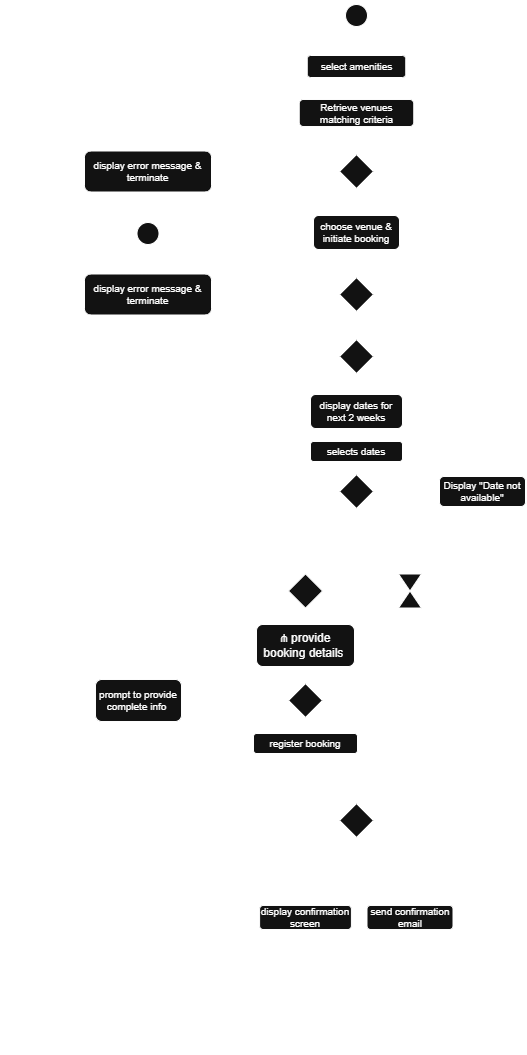
AlessiAsia/DeskHop keeps this draw.io diagram as deliverables/Activity_Diagram.drawio.png. Above is the earlier version. Source tidied: cells renumbered, new cells last; positions are measured from the earlier drawing's top-left corner, leaving out a move shared by most shapes.
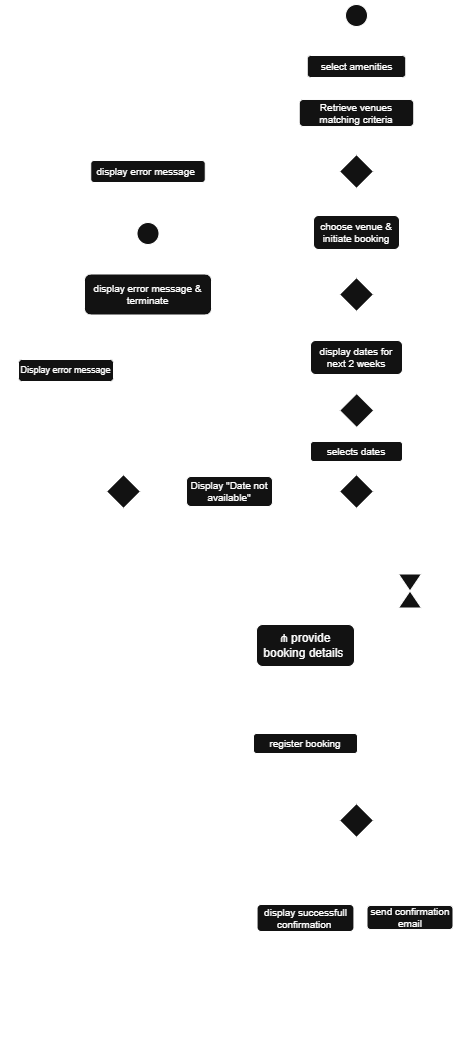
Later version of the same file.

Commit message:
modifiche all'Activity Diagram

Diff of the diagram source:
```diff
@@ -28,8 +28,8 @@
     <mxCell id="9" style="endArrow=classic;html=1;rounded=0;exitX=0.5;exitY=1;exitDx=0;exitDy=0;entryX=0.5;entryY=0;entryDx=0;entryDy=0;" parent="1" edge="1" source="7" target="8">
       <mxGeometry relative="1" as="geometry" />
     </mxCell>
-    <mxCell id="10" value="display error message &amp;amp; terminate" style="rounded=1;whiteSpace=wrap;html=1;roundedPerimeter=1;fontSize=10;" parent="1" vertex="1">
-      <mxGeometry x="77" y="150.5" width="127" height="41" as="geometry" />
+    <mxCell id="10" value="display error message&amp;nbsp;" style="rounded=1;whiteSpace=wrap;html=1;roundedPerimeter=1;fontSize=10;" parent="1" vertex="1">
+      <mxGeometry x="83.2" y="160" width="114.5" height="22" as="geometry" />
     </mxCell>
     <mxCell id="11" style="endArrow=classic;html=1;rounded=0;exitX=0;exitY=0.5;exitDx=0;exitDy=0;" parent="1" edge="1" source="8" target="10">
       <mxGeometry relative="1" as="geometry" />
@@ -51,10 +51,8 @@
         <mxPoint x="349" y="249" as="sourcePoint" />
       </mxGeometry>
     </mxCell>
-    <mxCell id="17" style="endArrow=classic;html=1;rounded=0;exitX=0.5;exitY=1;exitDx=0;exitDy=0;entryX=0.5;entryY=0;entryDx=0;entryDy=0;" parent="1" edge="1" source="15">
-      <mxGeometry relative="1" as="geometry">
-        <mxPoint x="349" y="338" as="targetPoint" />
-      </mxGeometry>
+    <mxCell id="17" style="endArrow=classic;html=1;rounded=0;exitX=0.5;exitY=1;exitDx=0;exitDy=0;entryX=0.5;entryY=0;entryDx=0;entryDy=0;" parent="1" edge="1" source="15" target="28">
+      <mxGeometry relative="1" as="geometry" />
     </mxCell>
     <mxCell id="18" value="display error message &amp;amp; terminate" style="rounded=1;whiteSpace=wrap;html=1;roundedPerimeter=1;fontSize=10;" parent="1" vertex="1">
       <mxGeometry x="77" y="273.5" width="127" height="41" as="geometry" />
@@ -83,21 +81,21 @@
       <mxGeometry x="329" y="188" width="98.5" height="17" as="geometry" />
     </mxCell>
     <mxCell id="26" value="[online booking available]" style="text;html=1;whiteSpace=wrap;strokeColor=none;fillColor=none;align=center;verticalAlign=middle;rounded=0;fontSize=7;" parent="1" vertex="1">
-      <mxGeometry x="335" y="301" width="114.5" height="34" as="geometry" />
+      <mxGeometry x="339.5" y="305" width="103.5" height="27" as="geometry" />
     </mxCell>
     <mxCell id="27" style="rhombus;whiteSpace=wrap;html=1;shapeInside=1;" parent="1" vertex="1">
-      <mxGeometry x="332" y="339" width="34" height="34" as="geometry" />
+      <mxGeometry x="332.2" y="393" width="34" height="34" as="geometry" />
     </mxCell>
     <mxCell id="28" value="display dates for next 2 weeks" style="rounded=1;whiteSpace=wrap;html=1;roundedPerimeter=1;fontSize=10;" parent="1" vertex="1">
-      <mxGeometry x="303" y="394" width="92" height="34" as="geometry" />
+      <mxGeometry x="303" y="340" width="92" height="34" as="geometry" />
     </mxCell>
-    <mxCell id="29" style="endArrow=classic;html=1;rounded=0;exitX=0.5;exitY=1;exitDx=0;exitDy=0;entryX=0.5;entryY=0;entryDx=0;entryDy=0;" parent="1" edge="1" source="27" target="28">
+    <mxCell id="29" style="endArrow=classic;html=1;rounded=0;exitX=0.5;exitY=1;exitDx=0;exitDy=0;entryX=0.5;entryY=0;entryDx=0;entryDy=0;" parent="1" edge="1" source="27" target="30">
       <mxGeometry relative="1" as="geometry" />
     </mxCell>
     <mxCell id="30" value="selects dates" style="rounded=1;whiteSpace=wrap;html=1;roundedPerimeter=1;fontSize=10;" parent="1" vertex="1">
       <mxGeometry x="303" y="441" width="92" height="20" as="geometry" />
     </mxCell>
-    <mxCell id="31" style="endArrow=classic;html=1;rounded=0;exitX=0.5;exitY=1;exitDx=0;exitDy=0;" parent="1" edge="1" source="28" target="30">
+    <mxCell id="31" style="endArrow=classic;html=1;rounded=0;exitX=0.5;exitY=1;exitDx=0;exitDy=0;entryX=0.5;entryY=0;entryDx=0;entryDy=0;" parent="1" edge="1" source="28" target="27">
       <mxGeometry relative="1" as="geometry" />
     </mxCell>
     <mxCell id="32" style="rhombus;whiteSpace=wrap;html=1;shapeInside=1;" parent="1" vertex="1">
@@ -107,20 +105,10 @@
       <mxGeometry relative="1" as="geometry" />
     </mxCell>
     <mxCell id="34" value="Display &quot;Date not available&quot;" style="rounded=1;whiteSpace=wrap;html=1;roundedPerimeter=1;fontSize=10;" parent="1" vertex="1">
-      <mxGeometry x="432" y="476" width="86" height="30" as="geometry" />
+      <mxGeometry x="179" y="476" width="86" height="30" as="geometry" />
     </mxCell>
-    <mxCell id="35" style="endArrow=classic;html=1;rounded=0;exitX=0.5;exitY=0;exitDx=0;exitDy=0;entryX=1;entryY=0.5;entryDx=0;entryDy=0;" parent="1" edge="1" source="34" target="27">
-      <mxGeometry x="-0.34" relative="1" as="geometry">
-        <Array as="points">
-          <mxPoint x="476.3" y="356" />
-        </Array>
-      </mxGeometry>
-    </mxCell>
-    <mxCell id="36" style="endArrow=classic;html=1;rounded=0;exitX=1;exitY=0.5;exitDx=0;exitDy=0;entryX=0;entryY=0.5;entryDx=0;entryDy=0;" parent="1" edge="1" source="32" target="34">
-      <mxGeometry relative="1" as="geometry" />
-    </mxCell>
     <mxCell id="37" value="[date not available]" style="text;html=1;whiteSpace=wrap;strokeColor=none;fillColor=none;align=center;verticalAlign=middle;rounded=0;fontSize=6;" parent="1" vertex="1">
-      <mxGeometry x="350" y="469" width="86" height="27" as="geometry" />
+      <mxGeometry x="273" y="476" width="64" height="13" as="geometry" />
     </mxCell>
     <mxCell id="38" style="endArrow=classic;html=1;rounded=0;exitX=0.5;exitY=1;exitDx=0;exitDy=0;" parent="1" edge="1" source="32">
       <mxGeometry relative="1" as="geometry">
@@ -141,60 +129,23 @@
     <mxCell id="42" value="20 minutes" style="text;html=1;whiteSpace=wrap;strokeColor=none;fillColor=none;align=center;verticalAlign=middle;rounded=0;fontSize=6;" parent="1" vertex="1">
       <mxGeometry x="406" y="586.8" width="37" height="7.5" as="geometry" />
     </mxCell>
-    <mxCell id="43" style="rhombus;whiteSpace=wrap;html=1;shapeInside=1;" parent="1" vertex="1">
-      <mxGeometry x="281" y="573.5" width="34" height="34" as="geometry" />
-    </mxCell>
-    <mxCell id="44" style="endArrow=classic;html=1;rounded=0;entryX=0.5;entryY=0;entryDx=0;entryDy=0;exitX=0.6;exitY=0.946;exitDx=0;exitDy=0;exitPerimeter=0;" parent="1" edge="1" source="78" target="43">
+    <mxCell id="44" style="endArrow=classic;html=1;rounded=0;entryX=0.5;entryY=0;entryDx=0;entryDy=0;exitX=0.6;exitY=0.946;exitDx=0;exitDy=0;exitPerimeter=0;" parent="1" edge="1" source="78" target="77">
       <mxGeometry relative="1" as="geometry" />
     </mxCell>
-    <mxCell id="45" style="endArrow=classic;html=1;rounded=0;exitX=0.5;exitY=1;exitDx=0;exitDy=0;entryX=0.5;entryY=0;entryDx=0;entryDy=0;" parent="1" edge="1" source="43" target="77">
-      <mxGeometry relative="1" as="geometry" />
-    </mxCell>
-    <mxCell id="46" style="rhombus;whiteSpace=wrap;html=1;shapeInside=1;" parent="1" vertex="1">
-      <mxGeometry x="281" y="683" width="34" height="34" as="geometry" />
-    </mxCell>
-    <mxCell id="47" style="endArrow=classic;html=1;rounded=0;exitX=0.5;exitY=1;exitDx=0;exitDy=0;entryX=0.5;entryY=0;entryDx=0;entryDy=0;" parent="1" edge="1" source="77" target="46">
+    <mxCell id="47" style="endArrow=classic;html=1;rounded=0;exitX=0.5;exitY=1;exitDx=0;exitDy=0;entryX=0.5;entryY=0;entryDx=0;entryDy=0;" parent="1" edge="1" source="77" target="48">
       <mxGeometry relative="1" as="geometry" />
     </mxCell>
     <mxCell id="48" value="register booking" style="rounded=1;whiteSpace=wrap;html=1;roundedPerimeter=1;fontSize=10;" parent="1" vertex="1">
       <mxGeometry x="246" y="733" width="104" height="20" as="geometry" />
     </mxCell>
-    <mxCell id="49" style="endArrow=classic;html=1;rounded=0;exitX=0.5;exitY=1;exitDx=0;exitDy=0;entryX=0.5;entryY=0;entryDx=0;entryDy=0;" parent="1" edge="1" source="46" target="48">
-      <mxGeometry relative="1" as="geometry" />
-    </mxCell>
-    <mxCell id="50" value="[info complete]" style="text;html=1;whiteSpace=wrap;strokeColor=none;fillColor=none;align=center;verticalAlign=middle;rounded=0;fontSize=8;" parent="1" vertex="1">
-      <mxGeometry x="299.5" y="703" width="60" height="30" as="geometry" />
-    </mxCell>
-    <mxCell id="51" value="[info not complete]" style="text;html=1;whiteSpace=wrap;strokeColor=none;fillColor=none;align=center;verticalAlign=middle;rounded=0;fontSize=8;" parent="1" vertex="1">
-      <mxGeometry x="207" y="670" width="71" height="30" as="geometry" />
-    </mxCell>
-    <mxCell id="52" style="endArrow=classic;html=1;rounded=0;exitX=0;exitY=0.5;exitDx=0;exitDy=0;entryX=1;entryY=0.5;entryDx=0;entryDy=0;" parent="1" edge="1" source="46" target="53">
-      <mxGeometry relative="1" as="geometry" />
-    </mxCell>
-    <mxCell id="53" value="prompt to provide complete info&amp;nbsp;" style="rounded=1;whiteSpace=wrap;html=1;roundedPerimeter=1;fontSize=10;" parent="1" vertex="1">
-      <mxGeometry x="88" y="679" width="86" height="42" as="geometry" />
-    </mxCell>
-    <mxCell id="54" style="endArrow=classic;html=1;rounded=0;entryX=0;entryY=0.5;entryDx=0;entryDy=0;exitX=0.5;exitY=0;exitDx=0;exitDy=0;" parent="1" edge="1" source="53" target="43">
-      <mxGeometry relative="1" as="geometry">
-        <Array as="points">
-          <mxPoint x="131" y="590.5" />
-        </Array>
-      </mxGeometry>
-    </mxCell>
-    <mxCell id="55" value="Merge Node" style="text;html=1;whiteSpace=wrap;strokeColor=none;fillColor=none;align=center;verticalAlign=middle;rounded=0;fontSize=7;" parent="1" vertex="1">
-      <mxGeometry x="295" y="567.2" width="71" height="27" as="geometry" />
-    </mxCell>
     <mxCell id="56" value="Timer" style="text;html=1;whiteSpace=wrap;strokeColor=none;fillColor=none;align=center;verticalAlign=middle;rounded=0;fontSize=7;" parent="1" vertex="1">
       <mxGeometry x="389" y="552" width="71" height="27" as="geometry" />
     </mxCell>
-    <mxCell id="57" value="Decision Node" style="text;html=1;whiteSpace=wrap;strokeColor=none;fillColor=none;align=center;verticalAlign=middle;rounded=0;fontSize=7;" parent="1" vertex="1">
-      <mxGeometry x="302" y="674" width="71" height="27" as="geometry" />
-    </mxCell>
     <mxCell id="58" value="Decision Node" style="text;html=1;whiteSpace=wrap;strokeColor=none;fillColor=none;align=center;verticalAlign=middle;rounded=0;fontSize=7;" parent="1" vertex="1">
-      <mxGeometry x="275" y="468" width="71" height="27" as="geometry" />
+      <mxGeometry x="345" y="462" width="71" height="27" as="geometry" />
     </mxCell>
     <mxCell id="59" value="Merge Node" style="text;html=1;whiteSpace=wrap;strokeColor=none;fillColor=none;align=center;verticalAlign=middle;rounded=0;fontSize=7;" parent="1" vertex="1">
-      <mxGeometry x="282" y="328" width="71" height="27" as="geometry" />
+      <mxGeometry x="281" y="381" width="71" height="27" as="geometry" />
     </mxCell>
     <mxCell id="60" value="Decision&amp;nbsp;&lt;span style=&quot;background-color: transparent; color: light-dark(rgb(0, 0, 0), rgb(255, 255, 255));&quot;&gt;Node&lt;/span&gt;" style="text;html=1;whiteSpace=wrap;strokeColor=none;fillColor=none;align=center;verticalAlign=middle;rounded=0;fontSize=7;" parent="1" vertex="1">
       <mxGeometry x="350" y="267" width="71" height="27" as="geometry" />
@@ -203,7 +154,7 @@
       <mxGeometry x="346" y="144" width="71" height="27" as="geometry" />
     </mxCell>
     <mxCell id="62" value="Fork" style="text;html=1;whiteSpace=wrap;strokeColor=none;fillColor=none;align=center;verticalAlign=middle;rounded=0;fontSize=7;" parent="1" vertex="1">
-      <mxGeometry x="381" y="529" width="37" as="geometry" />
+      <mxGeometry x="281" y="526" width="37" as="geometry" />
     </mxCell>
     <mxCell id="63" style="rhombus;whiteSpace=wrap;html=1;shapeInside=1;" parent="1" vertex="1">
       <mxGeometry x="332" y="803" width="34" height="34" as="geometry" />
@@ -223,7 +174,7 @@
       </mxGeometry>
     </mxCell>
     <mxCell id="66" value="Merge Node" style="text;html=1;whiteSpace=wrap;strokeColor=none;fillColor=none;align=center;verticalAlign=middle;rounded=0;fontSize=7;" parent="1" vertex="1">
-      <mxGeometry x="318" y="776" width="71" height="27" as="geometry" />
+      <mxGeometry x="314" y="776" width="71" height="27" as="geometry" />
     </mxCell>
     <mxCell id="67" style="endArrow=classic;html=1;rounded=0;exitX=0.5;exitY=1;exitDx=0;exitDy=0;" parent="1" edge="1" source="63">
       <mxGeometry relative="1" as="geometry">
@@ -253,8 +204,8 @@
         <mxPoint x="298" y="971.9" as="targetPoint" />
       </mxGeometry>
     </mxCell>
-    <mxCell id="73" value="display confirmation screen" style="rounded=1;whiteSpace=wrap;html=1;roundedPerimeter=1;fontSize=10;" parent="1" vertex="1">
-      <mxGeometry x="252.1" y="905" width="91.8" height="24" as="geometry" />
+    <mxCell id="73" value="display successfull confirmation&amp;nbsp;" style="rounded=1;whiteSpace=wrap;html=1;roundedPerimeter=1;fontSize=10;" parent="1" vertex="1">
+      <mxGeometry x="249.6" y="904" width="96.9" height="27" as="geometry" />
     </mxCell>
     <mxCell id="74" value="send confirmation email" style="rounded=1;whiteSpace=wrap;html=1;roundedPerimeter=1;fontSize=10;" parent="1" vertex="1">
       <mxGeometry x="359.5" y="905" width="86" height="24" as="geometry" />
@@ -284,5 +235,47 @@
     <mxCell id="80" style="html=1;perimeter=orthogonalPerimeter;fillColor=strokeColor;direction=south;" parent="1" vertex="1">
       <mxGeometry x="289.2" y="970" width="120.8" height="5" as="geometry" />
     </mxCell>
+    <mxCell id="36" style="endArrow=classic;html=1;rounded=0;entryX=0.981;entryY=0.53;entryDx=0;entryDy=0;exitX=0;exitY=0.5;exitDx=0;exitDy=0;" parent="1" edge="1" source="32" target="34">
+      <mxGeometry relative="1" as="geometry" />
+    </mxCell>
+    <mxCell id="81" style="rhombus;whiteSpace=wrap;html=1;shapeInside=1;" parent="1" vertex="1">
+      <mxGeometry x="99" y="474" width="34" height="34" as="geometry" />
+    </mxCell>
+    <mxCell id="82" style="endArrow=classic;html=1;rounded=0;exitX=0;exitY=0.5;exitDx=0;exitDy=0;entryX=1;entryY=0.5;entryDx=0;entryDy=0;" parent="1" edge="1" source="34" target="81">
+      <mxGeometry relative="1" as="geometry" />
+    </mxCell>
+    <mxCell id="83" style="endArrow=classic;html=1;rounded=0;entryX=0;entryY=0.5;entryDx=0;entryDy=0;exitX=0.5;exitY=0;exitDx=0;exitDy=0;" parent="1" edge="1" source="81" target="27">
+      <mxGeometry relative="1" as="geometry">
+        <Array as="points">
+          <mxPoint x="116" y="410" />
+        </Array>
+      </mxGeometry>
+    </mxCell>
+    <mxCell id="84" value="[attempts &amp;lt; 15]" style="text;html=1;whiteSpace=wrap;strokeColor=none;fillColor=none;align=center;verticalAlign=middle;rounded=0;fontSize=9;" parent="1" vertex="1">
+      <mxGeometry x="99" y="387" width="103.5" height="30" as="geometry" />
+    </mxCell>
+    <mxCell id="85" value="[attempts &amp;gt;=15]" style="text;html=1;whiteSpace=wrap;strokeColor=none;fillColor=none;align=center;verticalAlign=middle;rounded=0;fontSize=9;" parent="1" vertex="1">
+      <mxGeometry x="16" y="489" width="103.5" height="30" as="geometry" />
+    </mxCell>
+    <mxCell id="57" value="Decision Node" style="text;html=1;whiteSpace=wrap;strokeColor=none;fillColor=none;align=center;verticalAlign=middle;rounded=0;fontSize=7;" parent="1" vertex="1">
+      <mxGeometry x="113" y="457" width="71" height="27" as="geometry" />
+    </mxCell>
+    <mxCell id="86" value="Display error message" style="rounded=1;whiteSpace=wrap;html=1;roundedPerimeter=1;fontSize=9;" parent="1" vertex="1">
+      <mxGeometry x="11" y="359" width="95" height="22" as="geometry" />
+    </mxCell>
+    <mxCell id="87" style="endArrow=classic;html=1;rounded=0;exitX=0;exitY=0.5;exitDx=0;exitDy=0;entryX=0.5;entryY=1;entryDx=0;entryDy=0;" parent="1" edge="1" source="81" target="86">
+      <mxGeometry relative="1" as="geometry">
+        <Array as="points">
+          <mxPoint x="59" y="491" />
+        </Array>
+      </mxGeometry>
+    </mxCell>
+    <mxCell id="88" style="endArrow=classic;html=1;rounded=0;exitX=0.5;exitY=0;exitDx=0;exitDy=0;entryX=0;entryY=0.75;entryDx=0;entryDy=0;" parent="1" edge="1" source="86" target="24">
+      <mxGeometry relative="1" as="geometry">
+        <Array as="points">
+          <mxPoint x="59" y="239.5" />
+        </Array>
+      </mxGeometry>
+    </mxCell>
   </root>
 </mxGraphModel>
```
